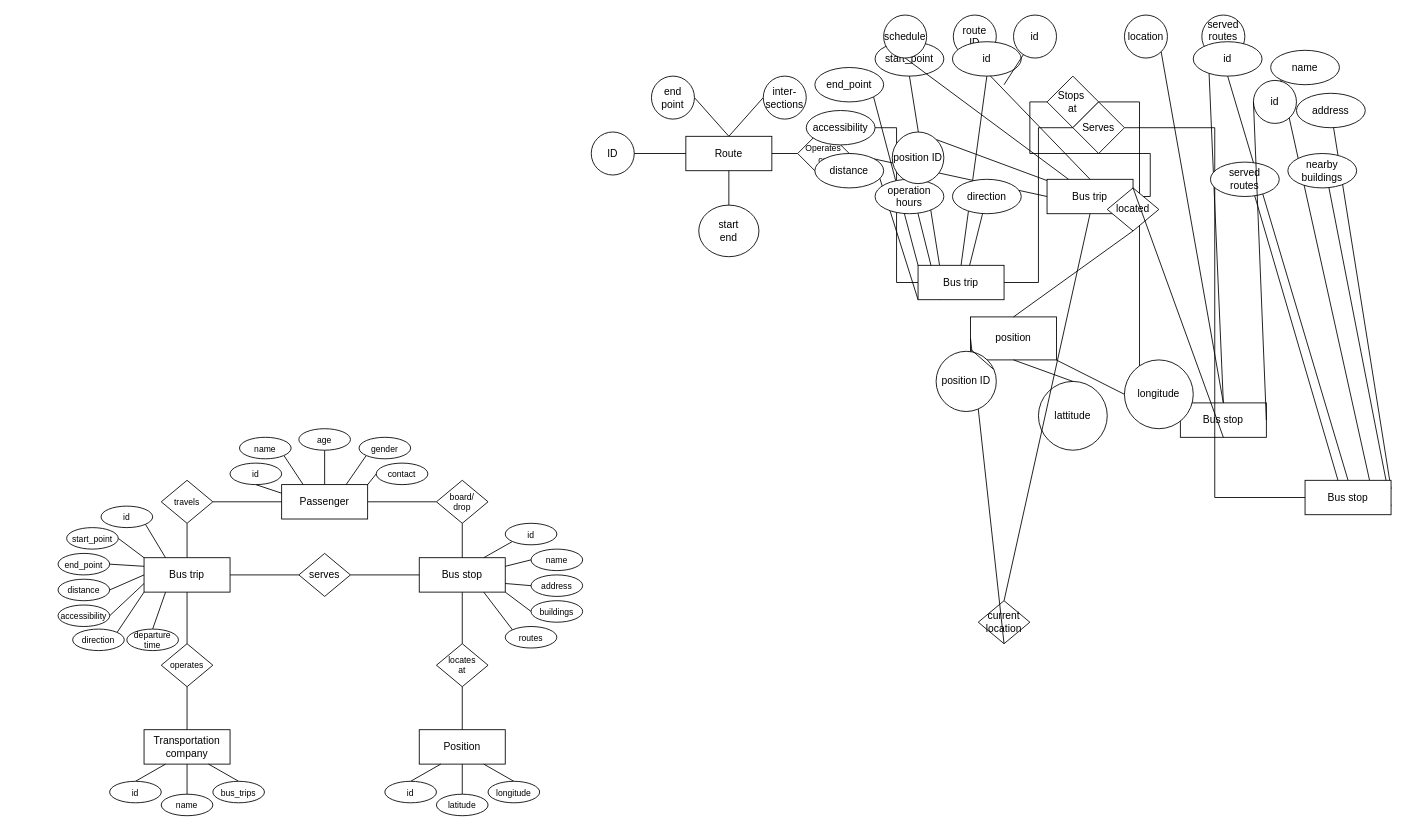
The draw.io diagram Phase 1 - Purpose Formalization/transportation_facilities.drawio in Belegee-Enkhbat/Transportation-Facilities-KGE-Project, before the edit. Source tidied: cells renumbered, new cells numbered last; positions are measured from the earlier drawing's top-left corner, leaving out a move shared by most shapes. Both pictures are drawn from the tidied source at 86%, with x=0, y=0 at pixel (58, 15).
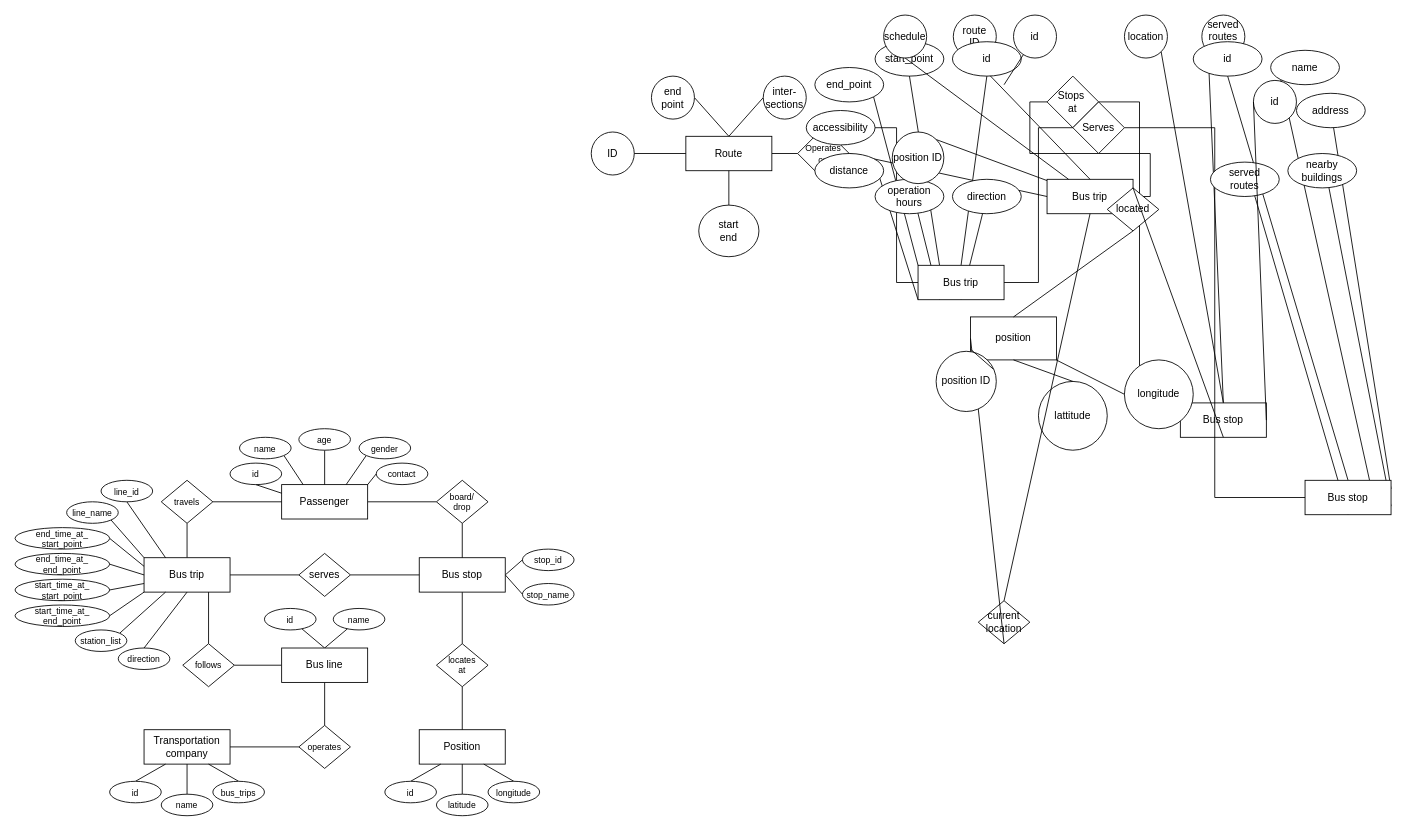
The same diagram, later.

The change refers to these unchanged cells:
```xml
<mxCell id="79" value="Bus trip" style="rounded=0;whiteSpace=wrap;html=1;" parent="1" vertex="1">
  <mxGeometry x="100" y="631" width="100" height="40" as="geometry" />
</mxCell>
<mxCell id="81" value="Bus stop" style="rounded=0;whiteSpace=wrap;html=1;" parent="1" vertex="1">
  <mxGeometry x="420" y="631" width="100" height="40" as="geometry" />
</mxCell>
<mxCell id="83" value="Transportation&lt;div&gt;company&lt;/div&gt;" style="html=1;dashed=0;whiteSpace=wrap;" parent="1" vertex="1">
  <mxGeometry x="100" y="831" width="100" height="40" as="geometry" />
</mxCell>
```

Change to the diagram source:
```diff
@@
+    <mxCell id="143" style="rounded=0;jettySize=auto;html=1;exitX=1;exitY=0.5;exitDx=0;exitDy=0;entryX=0;entryY=0.5;entryDx=0;entryDy=0;endArrow=none;endFill=0;" parent="1" edge="1" source="81" target="124">
+      <mxGeometry relative="1" as="geometry" />
+    </mxCell>
+    <mxCell id="144" style="rounded=0;jettySize=auto;html=1;exitX=1;exitY=0.5;exitDx=0;exitDy=0;entryX=0;entryY=0.5;entryDx=0;entryDy=0;endArrow=none;endFill=0;" parent="1" edge="1" source="81" target="126">
+      <mxGeometry relative="1" as="geometry" />
+    </mxCell>
@@
+    <mxCell id="145" style="rounded=0;jettySize=auto;html=1;exitX=1;exitY=0.5;exitDx=0;exitDy=0;entryX=0;entryY=0.5;entryDx=0;entryDy=0;endArrow=none;endFill=0;" parent="1" edge="1" source="83" target="92">
+      <mxGeometry relative="1" as="geometry" />
+    </mxCell>
@@
-    <mxCell id="90" style="edgeStyle=orthogonalEdgeStyle;rounded=0;jettySize=auto;html=1;exitX=0.5;exitY=0;exitDx=0;exitDy=0;entryX=0.5;entryY=1;entryDx=0;entryDy=0;endArrow=none;endFill=0;" parent="1" edge="1" source="92" target="79">
-      <mxGeometry relative="1" as="geometry" />
-    </mxCell>
-    <mxCell id="91" style="edgeStyle=orthogonalEdgeStyle;rounded=0;jettySize=auto;html=1;exitX=0.5;exitY=1;exitDx=0;exitDy=0;entryX=0.5;entryY=0;entryDx=0;entryDy=0;endArrow=none;endFill=0;" parent="1" edge="1" source="92" target="83">
-      <mxGeometry relative="1" as="geometry" />
-    </mxCell>
+    <mxCell id="146" style="edgeStyle=orthogonalEdgeStyle;rounded=0;jettySize=auto;html=1;exitX=0.5;exitY=0;exitDx=0;exitDy=0;entryX=0.5;entryY=1;entryDx=0;entryDy=0;endArrow=none;endFill=0;" parent="1" edge="1" source="92" target="150">
+      <mxGeometry relative="1" as="geometry" />
+    </mxCell>
     <mxCell id="92" value="operates" style="shape=rhombus;html=1;dashed=0;whiteSpace=wrap;perimeter=rhombusPerimeter;fontSize=10;" parent="1" vertex="1">
-      <mxGeometry x="120" y="731" width="60" height="50" as="geometry" />
+      <mxGeometry x="280" y="826" width="60" height="50" as="geometry" />
     </mxCell>
@@
-    <mxCell id="97" style="rounded=0;jettySize=auto;html=1;exitX=1;exitY=1;exitDx=0;exitDy=0;entryX=0.25;entryY=0;entryDx=0;entryDy=0;endArrow=none;endFill=0;" parent="1" edge="1" source="98" target="79">
+    <mxCell id="97" style="rounded=0;jettySize=auto;html=1;exitX=0.5;exitY=1;exitDx=0;exitDy=0;entryX=0.25;entryY=0;entryDx=0;entryDy=0;endArrow=none;endFill=0;" parent="1" edge="1" source="98" target="79">
       <mxGeometry relative="1" as="geometry" />
     </mxCell>
-    <mxCell id="98" value="id" style="ellipse;whiteSpace=wrap;html=1;fontSize=10;" parent="1" vertex="1">
-      <mxGeometry x="50" y="571" width="60" height="25" as="geometry" />
+    <mxCell id="98" value="line_id" style="ellipse;whiteSpace=wrap;html=1;fontSize=10;" parent="1" vertex="1">
+      <mxGeometry x="50" y="541" width="60" height="25" as="geometry" />
     </mxCell>
-    <mxCell id="99" style="rounded=0;jettySize=auto;html=1;exitX=1;exitY=0.5;exitDx=0;exitDy=0;entryX=0;entryY=0;entryDx=0;entryDy=0;endArrow=none;endFill=0;" parent="1" edge="1" source="100" target="79">
+    <mxCell id="99" style="rounded=0;jettySize=auto;html=1;exitX=1;exitY=1;exitDx=0;exitDy=0;entryX=0;entryY=0;entryDx=0;entryDy=0;endArrow=none;endFill=0;" parent="1" edge="1" source="100" target="79">
       <mxGeometry relative="1" as="geometry" />
     </mxCell>
-    <mxCell id="100" value="start_point" style="ellipse;whiteSpace=wrap;html=1;fontSize=10;" parent="1" vertex="1">
-      <mxGeometry x="10" y="596" width="60" height="25" as="geometry" />
+    <mxCell id="100" value="line_name" style="ellipse;whiteSpace=wrap;html=1;fontSize=10;" parent="1" vertex="1">
+      <mxGeometry x="10" y="566" width="60" height="25" as="geometry" />
     </mxCell>
@@
-    <mxCell id="102" value="end_point" style="ellipse;whiteSpace=wrap;html=1;fontSize=10;" parent="1" vertex="1">
-      <mxGeometry y="626" width="60" height="25" as="geometry" />
+    <mxCell id="102" value="end_time&lt;span style=&quot;background-color: initial;&quot;&gt;_at&lt;/span&gt;&lt;span style=&quot;background-color: initial;&quot;&gt;_&lt;/span&gt;&lt;div&gt;&lt;span style=&quot;background-color: initial;&quot;&gt;start_point&lt;/span&gt;&lt;/div&gt;" style="ellipse;whiteSpace=wrap;html=1;fontSize=10;" parent="1" vertex="1">
+      <mxGeometry x="-50" y="596" width="110" height="25" as="geometry" />
     </mxCell>
-    <mxCell id="103" style="rounded=0;jettySize=auto;html=1;exitX=1;exitY=0.5;exitDx=0;exitDy=0;entryX=0;entryY=0.5;entryDx=0;entryDy=0;endArrow=none;endFill=0;" parent="1" edge="1" source="104" target="79">
-      <mxGeometry relative="1" as="geometry" />
-    </mxCell>
-    <mxCell id="104" value="distance" style="ellipse;whiteSpace=wrap;html=1;fontSize=10;" parent="1" vertex="1">
-      <mxGeometry y="656" width="60" height="25" as="geometry" />
-    </mxCell>
-    <mxCell id="105" style="rounded=0;jettySize=auto;html=1;exitX=1;exitY=0;exitDx=0;exitDy=0;entryX=0;entryY=1;entryDx=0;entryDy=0;endArrow=none;endFill=0;" parent="1" edge="1" source="106" target="79">
-      <mxGeometry relative="1" as="geometry" />
-    </mxCell>
-    <mxCell id="106" value="direction" style="ellipse;whiteSpace=wrap;html=1;fontSize=10;" parent="1" vertex="1">
-      <mxGeometry x="17" y="714" width="60" height="25" as="geometry" />
-    </mxCell>
-    <mxCell id="107" style="rounded=0;jettySize=auto;html=1;exitX=0.5;exitY=0;exitDx=0;exitDy=0;entryX=0.25;entryY=1;entryDx=0;entryDy=0;endArrow=none;endFill=0;" parent="1" edge="1" source="108" target="79">
-      <mxGeometry relative="1" as="geometry" />
-    </mxCell>
-    <mxCell id="108" value="departure&lt;div&gt;time&lt;/div&gt;" style="ellipse;whiteSpace=wrap;html=1;fontSize=10;" parent="1" vertex="1">
-      <mxGeometry x="80" y="714" width="60" height="25" as="geometry" />
-    </mxCell>
-    <mxCell id="109" style="rounded=0;jettySize=auto;html=1;exitX=1;exitY=0.5;exitDx=0;exitDy=0;entryX=0;entryY=0.75;entryDx=0;entryDy=0;endArrow=none;endFill=0;" parent="1" edge="1" source="110" target="79">
-      <mxGeometry relative="1" as="geometry" />
-    </mxCell>
-    <mxCell id="110" value="accessibility" style="ellipse;whiteSpace=wrap;html=1;fontSize=10;" parent="1" vertex="1">
-      <mxGeometry y="686" width="60" height="25" as="geometry" />
-    </mxCell>
@@
-    <mxCell id="123" style="rounded=0;jettySize=auto;html=1;exitX=0;exitY=1;exitDx=0;exitDy=0;entryX=0.75;entryY=0;entryDx=0;entryDy=0;endArrow=none;endFill=0;" parent="1" edge="1" source="124" target="81">
-      <mxGeometry relative="1" as="geometry" />
-    </mxCell>
-    <mxCell id="124" value="id" style="ellipse;whiteSpace=wrap;html=1;fontSize=10;" parent="1" vertex="1">
-      <mxGeometry x="520" y="591" width="60" height="25" as="geometry" />
+    <mxCell id="124" value="stop_id" style="ellipse;whiteSpace=wrap;html=1;fontSize=10;" parent="1" vertex="1">
+      <mxGeometry x="540" y="621" width="60" height="25" as="geometry" />
     </mxCell>
-    <mxCell id="125" style="rounded=0;jettySize=auto;html=1;exitX=0;exitY=0.5;exitDx=0;exitDy=0;entryX=1;entryY=0.25;entryDx=0;entryDy=0;endArrow=none;endFill=0;" parent="1" edge="1" source="126" target="81">
-      <mxGeometry relative="1" as="geometry" />
-    </mxCell>
-    <mxCell id="126" value="name" style="ellipse;whiteSpace=wrap;html=1;fontSize=10;" parent="1" vertex="1">
-      <mxGeometry x="550" y="621" width="60" height="25" as="geometry" />
+    <mxCell id="126" value="stop_name" style="ellipse;whiteSpace=wrap;html=1;fontSize=10;" parent="1" vertex="1">
+      <mxGeometry x="540" y="661" width="60" height="25" as="geometry" />
     </mxCell>
-    <mxCell id="127" style="rounded=0;jettySize=auto;html=1;exitX=0;exitY=0.5;exitDx=0;exitDy=0;entryX=1;entryY=1;entryDx=0;entryDy=0;endArrow=none;endFill=0;" parent="1" edge="1" source="128" target="81">
-      <mxGeometry relative="1" as="geometry" />
-    </mxCell>
-    <mxCell id="128" value="buildings" style="ellipse;whiteSpace=wrap;html=1;fontSize=10;" parent="1" vertex="1">
-      <mxGeometry x="550" y="681" width="60" height="25" as="geometry" />
-    </mxCell>
-    <mxCell id="129" style="rounded=0;jettySize=auto;html=1;exitX=0;exitY=0.5;exitDx=0;exitDy=0;entryX=1;entryY=0.75;entryDx=0;entryDy=0;endArrow=none;endFill=0;" parent="1" edge="1" source="130" target="81">
-      <mxGeometry relative="1" as="geometry" />
-    </mxCell>
-    <mxCell id="130" value="address" style="ellipse;whiteSpace=wrap;html=1;fontSize=10;" parent="1" vertex="1">
-      <mxGeometry x="550" y="651" width="60" height="25" as="geometry" />
-    </mxCell>
-    <mxCell id="131" style="rounded=0;jettySize=auto;html=1;exitX=0;exitY=0;exitDx=0;exitDy=0;entryX=0.75;entryY=1;entryDx=0;entryDy=0;endArrow=none;endFill=0;" parent="1" edge="1" source="132" target="81">
-      <mxGeometry relative="1" as="geometry" />
-    </mxCell>
-    <mxCell id="132" value="routes" style="ellipse;whiteSpace=wrap;html=1;fontSize=10;" parent="1" vertex="1">
-      <mxGeometry x="520" y="711" width="60" height="25" as="geometry" />
-    </mxCell>
@@
+    <mxCell id="147" style="edgeStyle=orthogonalEdgeStyle;rounded=0;jettySize=auto;html=1;exitX=0;exitY=0.5;exitDx=0;exitDy=0;endArrow=none;endFill=0;" parent="1" edge="1" source="150" target="152">
+      <mxGeometry relative="1" as="geometry" />
+    </mxCell>
+    <mxCell id="148" style="rounded=0;jettySize=auto;html=1;exitX=0.5;exitY=0;exitDx=0;exitDy=0;endArrow=none;endFill=0;" parent="1" edge="1" source="150" target="161">
+      <mxGeometry relative="1" as="geometry" />
+    </mxCell>
+    <mxCell id="149" style="rounded=0;jettySize=auto;html=1;exitX=0.5;exitY=0;exitDx=0;exitDy=0;endArrow=none;endFill=0;" parent="1" edge="1" source="150" target="162">
+      <mxGeometry relative="1" as="geometry" />
+    </mxCell>
+    <mxCell id="150" value="Bus line" style="rounded=0;whiteSpace=wrap;html=1;" parent="1" vertex="1">
+      <mxGeometry x="260" y="736" width="100" height="40" as="geometry" />
+    </mxCell>
+    <mxCell id="151" style="edgeStyle=orthogonalEdgeStyle;rounded=0;jettySize=auto;html=1;exitX=0.5;exitY=0;exitDx=0;exitDy=0;entryX=0.75;entryY=1;entryDx=0;entryDy=0;endArrow=none;endFill=0;" parent="1" edge="1" source="152" target="79">
+      <mxGeometry relative="1" as="geometry" />
+    </mxCell>
+    <mxCell id="152" value="follows" style="shape=rhombus;html=1;dashed=0;whiteSpace=wrap;perimeter=rhombusPerimeter;fontSize=10;" parent="1" vertex="1">
+      <mxGeometry x="145" y="731" width="60" height="50" as="geometry" />
+    </mxCell>
+    <mxCell id="153" style="rounded=0;jettySize=auto;html=1;exitX=1;exitY=0.5;exitDx=0;exitDy=0;entryX=0;entryY=0.5;entryDx=0;entryDy=0;endArrow=none;endFill=0;" parent="1" edge="1" source="154" target="79">
+      <mxGeometry relative="1" as="geometry" />
+    </mxCell>
+    <mxCell id="154" value="end_time&lt;span style=&quot;background-color: initial;&quot;&gt;_at&lt;/span&gt;&lt;span style=&quot;background-color: initial;&quot;&gt;_&lt;/span&gt;&lt;div&gt;&lt;span style=&quot;background-color: initial;&quot;&gt;end_point&lt;/span&gt;&lt;/div&gt;" style="ellipse;whiteSpace=wrap;html=1;fontSize=10;" parent="1" vertex="1">
+      <mxGeometry x="-50" y="626" width="110" height="25" as="geometry" />
+    </mxCell>
+    <mxCell id="155" style="rounded=0;jettySize=auto;html=1;exitX=1;exitY=0.5;exitDx=0;exitDy=0;entryX=0;entryY=0.75;entryDx=0;entryDy=0;endArrow=none;endFill=0;" parent="1" edge="1" source="156" target="79">
+      <mxGeometry relative="1" as="geometry" />
+    </mxCell>
+    <mxCell id="156" value="start_time&lt;span style=&quot;background-color: initial;&quot;&gt;_at&lt;/span&gt;&lt;span style=&quot;background-color: initial;&quot;&gt;_&lt;/span&gt;&lt;div&gt;&lt;span style=&quot;background-color: initial;&quot;&gt;start_point&lt;/span&gt;&lt;/div&gt;" style="ellipse;whiteSpace=wrap;html=1;fontSize=10;" parent="1" vertex="1">
+      <mxGeometry x="-50" y="656" width="110" height="25" as="geometry" />
+    </mxCell>
+    <mxCell id="157" style="rounded=0;jettySize=auto;html=1;exitX=1;exitY=0.5;exitDx=0;exitDy=0;entryX=0;entryY=1;entryDx=0;entryDy=0;endArrow=none;endFill=0;" parent="1" edge="1" source="158" target="79">
+      <mxGeometry relative="1" as="geometry" />
+    </mxCell>
+    <mxCell id="158" value="start_time&lt;span style=&quot;background-color: initial;&quot;&gt;_at&lt;/span&gt;&lt;span style=&quot;background-color: initial;&quot;&gt;_&lt;/span&gt;&lt;div&gt;&lt;span style=&quot;background-color: initial;&quot;&gt;end_point&lt;/span&gt;&lt;/div&gt;" style="ellipse;whiteSpace=wrap;html=1;fontSize=10;" parent="1" vertex="1">
+      <mxGeometry x="-50" y="686" width="110" height="25" as="geometry" />
+    </mxCell>
+    <mxCell id="159" style="rounded=0;jettySize=auto;html=1;exitX=1;exitY=0;exitDx=0;exitDy=0;entryX=0.25;entryY=1;entryDx=0;entryDy=0;endArrow=none;endFill=0;" parent="1" edge="1" source="160" target="79">
+      <mxGeometry relative="1" as="geometry" />
+    </mxCell>
+    <mxCell id="160" value="station_list" style="ellipse;whiteSpace=wrap;html=1;fontSize=10;" parent="1" vertex="1">
+      <mxGeometry x="20" y="715" width="60" height="25" as="geometry" />
+    </mxCell>
+    <mxCell id="105" style="rounded=0;jettySize=auto;html=1;exitX=0.5;exitY=0;exitDx=0;exitDy=0;entryX=0.5;entryY=1;entryDx=0;entryDy=0;endArrow=none;endFill=0;" parent="1" edge="1" source="106" target="79">
+      <mxGeometry relative="1" as="geometry" />
+    </mxCell>
+    <mxCell id="106" value="direction" style="ellipse;whiteSpace=wrap;html=1;fontSize=10;" parent="1" vertex="1">
+      <mxGeometry x="70" y="736" width="60" height="25" as="geometry" />
+    </mxCell>
+    <mxCell id="161" value="id" style="ellipse;whiteSpace=wrap;html=1;fontSize=10;" parent="1" vertex="1">
+      <mxGeometry x="240" y="690" width="60" height="25" as="geometry" />
+    </mxCell>
+    <mxCell id="162" value="name" style="ellipse;whiteSpace=wrap;html=1;fontSize=10;" parent="1" vertex="1">
+      <mxGeometry x="320" y="690" width="60" height="25" as="geometry" />
+    </mxCell>
```
